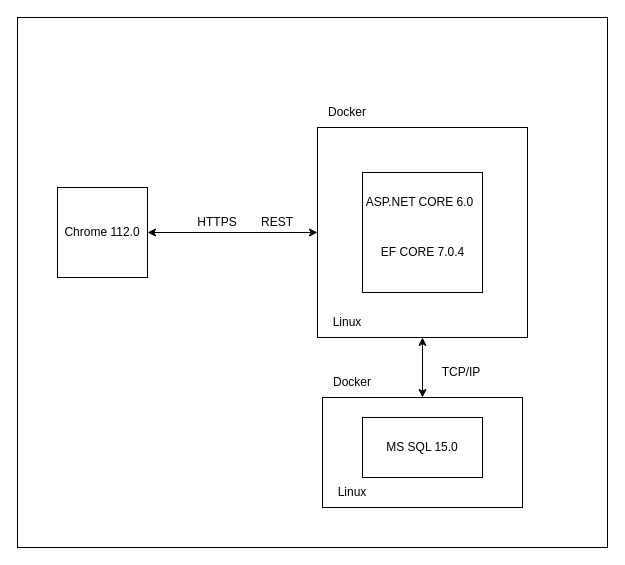
Above: appWEB.drawio in jk2911/diplom (draw.io), before the change. Source tidied: cells renumbered, new cells numbered last; positions are measured from the earlier drawing's top-left corner, leaving out a move shared by most shapes. Both pictures are drawn from the tidied source at 100%, with x=0, y=0 at pixel (17, 17).
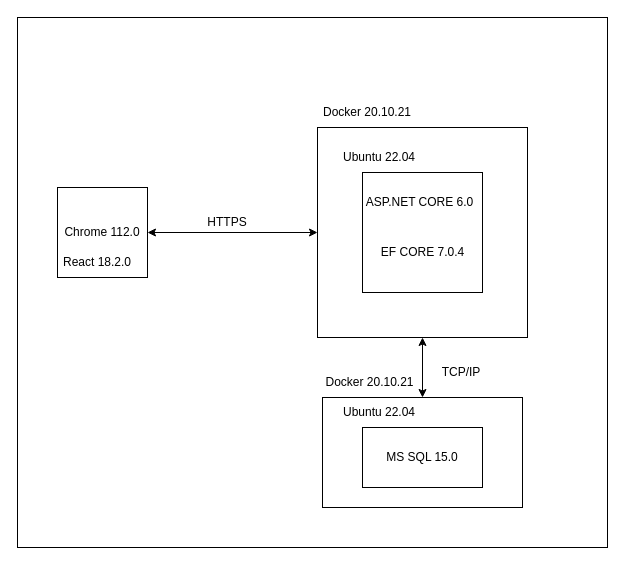
After the change.

Diff of the diagram source:
```diff
@@
 <mxGraphModel>
   <root>
     <mxCell id="0" />
     <mxCell id="1" parent="0" />
     <mxCell id="2" style="rounded=0;whiteSpace=wrap;html=1;" parent="1" vertex="1">
       <mxGeometry width="590" height="530" as="geometry" />
     </mxCell>
     <mxCell id="3" value="Chrome 112.0" style="whiteSpace=wrap;html=1;" parent="1" vertex="1">
       <mxGeometry x="40" y="170" width="90" height="90" as="geometry" />
     </mxCell>
     <mxCell id="4" style="whiteSpace=wrap;html=1;" parent="1" vertex="1">
       <mxGeometry x="300" y="110" width="210" height="210" as="geometry" />
     </mxCell>
-    <mxCell id="5" value="Docker" style="text;html=1;strokeColor=none;fillColor=none;align=center;verticalAlign=middle;whiteSpace=wrap;rounded=0;" parent="1" vertex="1">
-      <mxGeometry x="300" y="80" width="60" height="30" as="geometry" />
+    <mxCell id="5" value="Docker 20.10.21" style="text;html=1;strokeColor=none;fillColor=none;align=center;verticalAlign=middle;whiteSpace=wrap;rounded=0;" parent="1" vertex="1">
+      <mxGeometry x="300" y="80" width="100" height="30" as="geometry" />
     </mxCell>
     <mxCell id="6" style="whiteSpace=wrap;html=1;" parent="1" vertex="1">
       <mxGeometry x="345" y="155" width="120" height="120" as="geometry" />
     </mxCell>
     <mxCell id="7" value="ASP.NET CORE 6.0" style="text;html=1;strokeColor=none;fillColor=none;align=center;verticalAlign=middle;whiteSpace=wrap;rounded=0;" parent="1" vertex="1">
       <mxGeometry x="345" y="170" width="115" height="30" as="geometry" />
     </mxCell>
     <mxCell id="8" value="EF CORE 7.0.4" style="text;html=1;strokeColor=none;fillColor=none;align=center;verticalAlign=middle;whiteSpace=wrap;rounded=0;" parent="1" vertex="1">
       <mxGeometry x="357.5" y="220" width="95" height="30" as="geometry" />
     </mxCell>
-    <mxCell id="9" value="Linux" style="text;html=1;strokeColor=none;fillColor=none;align=center;verticalAlign=middle;whiteSpace=wrap;rounded=0;" parent="1" vertex="1">
-      <mxGeometry x="300" y="290" width="60" height="30" as="geometry" />
-    </mxCell>
     <mxCell id="10" style="rounded=0;whiteSpace=wrap;html=1;" parent="1" vertex="1">
       <mxGeometry x="305" y="380" width="200" height="110" as="geometry" />
     </mxCell>
     <mxCell id="11" value="MS SQL 15.0" style="rounded=0;whiteSpace=wrap;html=1;" parent="1" vertex="1">
-      <mxGeometry x="345" y="400" width="120" height="60" as="geometry" />
+      <mxGeometry x="345" y="410" width="120" height="60" as="geometry" />
     </mxCell>
     <mxCell id="12" style="endArrow=classic;startArrow=classic;html=1;rounded=0;exitX=1;exitY=0.5;exitDx=0;exitDy=0;entryX=0;entryY=0.5;entryDx=0;entryDy=0;" parent="1" edge="1" source="3" target="4">
       <mxGeometry relative="1" as="geometry" />
     </mxCell>
     <mxCell id="13" value="HTTPS" style="text;html=1;strokeColor=none;fillColor=none;align=center;verticalAlign=middle;whiteSpace=wrap;rounded=0;" parent="1" vertex="1">
-      <mxGeometry x="170" y="190" width="60" height="30" as="geometry" />
+      <mxGeometry x="180" y="190" width="60" height="30" as="geometry" />
     </mxCell>
-    <mxCell id="14" value="REST" style="text;html=1;strokeColor=none;fillColor=none;align=center;verticalAlign=middle;whiteSpace=wrap;rounded=0;" parent="1" vertex="1">
-      <mxGeometry x="230" y="190" width="60" height="30" as="geometry" />
-    </mxCell>
     <mxCell id="15" style="endArrow=classic;startArrow=classic;html=1;rounded=0;entryX=0.5;entryY=1;entryDx=0;entryDy=0;exitX=0.5;exitY=0;exitDx=0;exitDy=0;" parent="1" edge="1" source="10" target="4">
       <mxGeometry relative="1" as="geometry" />
     </mxCell>
     <mxCell id="16" value="TCP/IP" style="text;html=1;strokeColor=none;fillColor=none;align=center;verticalAlign=middle;whiteSpace=wrap;rounded=0;" parent="1" vertex="1">
       <mxGeometry x="414" y="340" width="60" height="30" as="geometry" />
     </mxCell>
-    <mxCell id="17" value="Docker" style="text;html=1;strokeColor=none;fillColor=none;align=center;verticalAlign=middle;whiteSpace=wrap;rounded=0;" parent="1" vertex="1">
-      <mxGeometry x="305" y="350" width="60" height="30" as="geometry" />
+    <mxCell id="17" value="Docker 20.10.21" style="text;html=1;strokeColor=none;fillColor=none;align=center;verticalAlign=middle;whiteSpace=wrap;rounded=0;" parent="1" vertex="1">
+      <mxGeometry x="305" y="350" width="95" height="30" as="geometry" />
     </mxCell>
-    <mxCell id="18" value="Linux" style="text;html=1;strokeColor=none;fillColor=none;align=center;verticalAlign=middle;whiteSpace=wrap;rounded=0;" parent="1" vertex="1">
-      <mxGeometry x="305" y="460" width="60" height="30" as="geometry" />
+    <mxCell id="18" value="Ubuntu 22.04" style="text;html=1;strokeColor=none;fillColor=none;align=center;verticalAlign=middle;whiteSpace=wrap;rounded=0;" parent="1" vertex="1">
+      <mxGeometry x="322.5" y="380" width="77.5" height="30" as="geometry" />
     </mxCell>
+    <mxCell id="19" value="React 18.2.0" style="text;html=1;strokeColor=none;fillColor=none;align=center;verticalAlign=middle;whiteSpace=wrap;rounded=0;" parent="1" vertex="1">
+      <mxGeometry x="40" y="230" width="80" height="30" as="geometry" />
+    </mxCell>
+    <mxCell id="20" value="Ubuntu 22.04" style="text;html=1;strokeColor=none;fillColor=none;align=center;verticalAlign=middle;whiteSpace=wrap;rounded=0;" parent="1" vertex="1">
+      <mxGeometry x="322.5" y="125" width="77.5" height="30" as="geometry" />
+    </mxCell>
   </root>
 </mxGraphModel>
```
